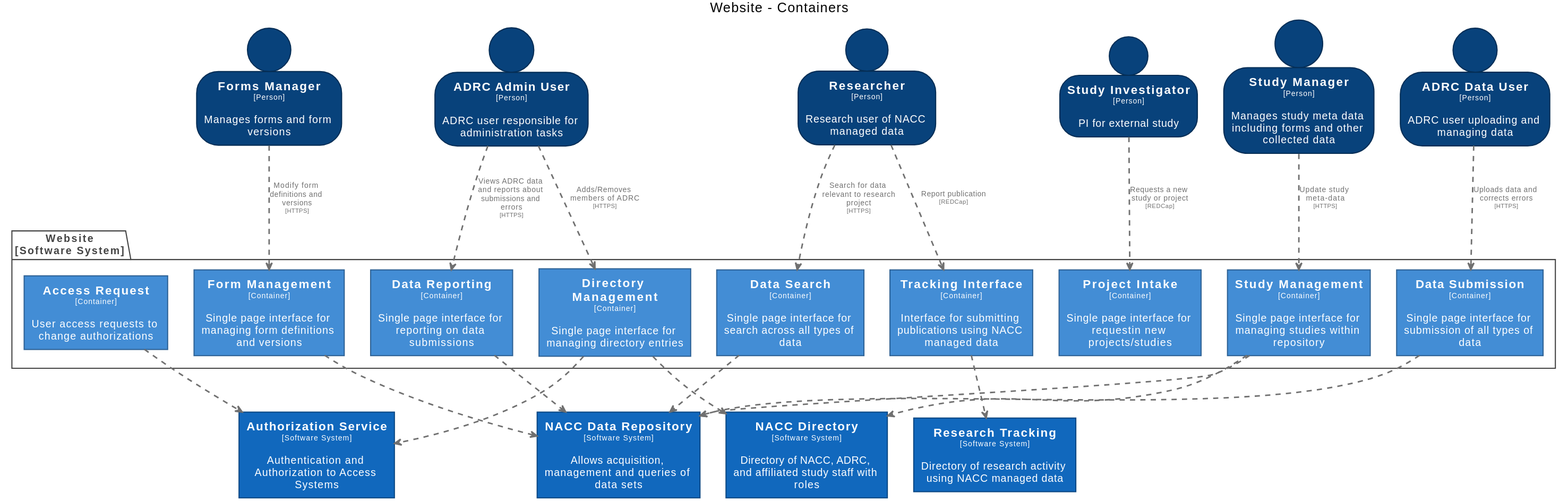
Earlier version of the PlantUML export docs/images/structurizr-WebsiteContainers.svg (naccdata/system-design). Its diagram source:
```plantuml
@startuml
title Website - Containers

top to bottom direction

skinparam {
  shadowing false
  arrowFontSize 10
  defaultTextAlignment center
  wrapWidth 200
  maxMessageSize 100
}

hide stereotype

skinparam person<<ADRCAdminUser>> {
  BackgroundColor #08427b
  FontColor #ffffff
  BorderColor #052e56
}
skinparam person<<ADRCDataUser>> {
  BackgroundColor #08427b
  FontColor #ffffff
  BorderColor #052e56
}
skinparam rectangle<<Website.AccessRequest>> {
  BackgroundColor #438dd5
  FontColor #ffffff
  BorderColor #2e6295
}
skinparam rectangle<<AuthorizationService>> {
  BackgroundColor #1168bd
  FontColor #ffffff
  BorderColor #0b4884
}
skinparam rectangle<<Website.DataReporting>> {
  BackgroundColor #438dd5
  FontColor #ffffff
  BorderColor #2e6295
}
skinparam rectangle<<Website.DataSearch>> {
  BackgroundColor #438dd5
  FontColor #ffffff
  BorderColor #2e6295
}
skinparam rectangle<<Website.DataSubmission>> {
  BackgroundColor #438dd5
  FontColor #ffffff
  BorderColor #2e6295
}
skinparam rectangle<<Website.DirectoryManagement>> {
  BackgroundColor #438dd5
  FontColor #ffffff
  BorderColor #2e6295
}
skinparam rectangle<<Website.FormManagement>> {
  BackgroundColor #438dd5
  FontColor #ffffff
  BorderColor #2e6295
}
skinparam person<<FormsManager>> {
  BackgroundColor #08427b
  FontColor #ffffff
  BorderColor #052e56
}
skinparam rectangle<<NACCDataRepository>> {
  BackgroundColor #1168bd
  FontColor #ffffff
  BorderColor #0b4884
}
skinparam rectangle<<NACCDirectory>> {
  BackgroundColor #1168bd
  FontColor #ffffff
  BorderColor #0b4884
}
skinparam rectangle<<Website.ProjectIntake>> {
  BackgroundColor #438dd5
  FontColor #ffffff
  BorderColor #2e6295
}
skinparam rectangle<<ResearchTracking>> {
  BackgroundColor #1168bd
  FontColor #ffffff
  BorderColor #0b4884
}
skinparam person<<Researcher>> {
  BackgroundColor #08427b
  FontColor #ffffff
  BorderColor #052e56
}
skinparam person<<StudyInvestigator>> {
  BackgroundColor #08427b
  FontColor #ffffff
  BorderColor #052e56
}
skinparam rectangle<<Website.StudyManagement>> {
  BackgroundColor #438dd5
  FontColor #ffffff
  BorderColor #2e6295
}
skinparam person<<StudyManager>> {
  BackgroundColor #08427b
  FontColor #ffffff
  BorderColor #052e56
}
skinparam rectangle<<Website.TrackingInterface>> {
  BackgroundColor #438dd5
  FontColor #ffffff
  BorderColor #2e6295
}

person "==Forms Manager\n<size:10>[Person]</size>\n\nManages forms and form versions" <<FormsManager>> as FormsManager
person "==ADRC Admin User\n<size:10>[Person]</size>\n\nADRC user responsible for administration tasks" <<ADRCAdminUser>> as ADRCAdminUser
rectangle "==NACC Directory\n<size:10>[Software System]</size>\n\nDirectory of NACC, ADRC, and affiliated study staff with roles" <<NACCDirectory>> as NACCDirectory
rectangle "==Research Tracking\n<size:10>[Software System]</size>\n\nDirectory of research activity using NACC managed data" <<ResearchTracking>> as ResearchTracking
rectangle "==Authorization Service\n<size:10>[Software System]</size>\n\nAuthentication and Authorization to Access Systems" <<AuthorizationService>> as AuthorizationService
rectangle "==NACC Data Repository\n<size:10>[Software System]</size>\n\nAllows acquisition, management and queries of data sets" <<NACCDataRepository>> as NACCDataRepository
person "==Researcher\n<size:10>[Person]</size>\n\nResearch user of NACC managed data" <<Researcher>> as Researcher
person "==Study Investigator\n<size:10>[Person]</size>\n\nPI for external study" <<StudyInvestigator>> as StudyInvestigator
person "==Study Manager\n<size:10>[Person]</size>\n\nManages study meta data including forms and other collected data" <<StudyManager>> as StudyManager
person "==ADRC Data User\n<size:10>[Person]</size>\n\nADRC user uploading and managing data" <<ADRCDataUser>> as ADRCDataUser

package "Website\n[Software System]" <<Website>> {
  skinparam PackageBorderColor<<Website>> #444444
  skinparam PackageFontColor<<Website>> #444444

  rectangle "==Access Request\n<size:10>[Container]</size>\n\nUser access requests to change authorizations" <<Website.AccessRequest>> as Website.AccessRequest
  rectangle "==Directory Management\n<size:10>[Container]</size>\n\nSingle page interface for managing directory entries" <<Website.DirectoryManagement>> as Website.DirectoryManagement
  rectangle "==Data Submission\n<size:10>[Container]</size>\n\nSingle page interface for submission of all types of data" <<Website.DataSubmission>> as Website.DataSubmission
  rectangle "==Data Search\n<size:10>[Container]</size>\n\nSingle page interface for search across all types of data" <<Website.DataSearch>> as Website.DataSearch
  rectangle "==Data Reporting\n<size:10>[Container]</size>\n\nSingle page interface for reporting on data submissions" <<Website.DataReporting>> as Website.DataReporting
  rectangle "==Study Management\n<size:10>[Container]</size>\n\nSingle page interface for managing studies within repository" <<Website.StudyManagement>> as Website.StudyManagement
  rectangle "==Form Management\n<size:10>[Container]</size>\n\nSingle page interface for managing form definitions and versions" <<Website.FormManagement>> as Website.FormManagement
  rectangle "==Project Intake\n<size:10>[Container]</size>\n\nSingle page interface for requestin new projects/studies" <<Website.ProjectIntake>> as Website.ProjectIntake
  rectangle "==Tracking Interface\n<size:10>[Container]</size>\n\nInterface for submitting publications using NACC managed data" <<Website.TrackingInterface>> as Website.TrackingInterface
}

Website.AccessRequest .[#707070,thickness=2].> AuthorizationService : "<color:#707070>"
Website.DirectoryManagement .[#707070,thickness=2].> NACCDirectory : "<color:#707070>"
Website.DirectoryManagement .[#707070,thickness=2].> AuthorizationService : "<color:#707070>"
Website.DataSubmission .[#707070,thickness=2].> NACCDataRepository : "<color:#707070>"
Website.DataSearch .[#707070,thickness=2].> NACCDataRepository : "<color:#707070>"
Website.DataReporting .[#707070,thickness=2].> NACCDataRepository : "<color:#707070>"
Website.StudyManagement .[#707070,thickness=2].> NACCDirectory : "<color:#707070>"
Website.StudyManagement .[#707070,thickness=2].> NACCDataRepository : "<color:#707070>"
Website.FormManagement .[#707070,thickness=2].> NACCDataRepository : "<color:#707070>"
Website.TrackingInterface .[#707070,thickness=2].> ResearchTracking : "<color:#707070>"
ADRCDataUser .[#707070,thickness=2].> Website.DataSubmission : "<color:#707070>Uploads data and corrects errors\n<color:#707070><size:8>[HTTPS]</size>"
ADRCAdminUser .[#707070,thickness=2].> Website.DirectoryManagement : "<color:#707070>Adds/Removes members of ADRC\n<color:#707070><size:8>[HTTPS]</size>"
ADRCAdminUser .[#707070,thickness=2].> Website.DataReporting : "<color:#707070>Views ADRC data and reports about submissions and errors\n<color:#707070><size:8>[HTTPS]</size>"
StudyInvestigator .[#707070,thickness=2].> Website.ProjectIntake : "<color:#707070>Requests a new study or project\n<color:#707070><size:8>[REDCap]</size>"
StudyManager .[#707070,thickness=2].> Website.StudyManagement : "<color:#707070>Update study meta-data\n<color:#707070><size:8>[HTTPS]</size>"
FormsManager .[#707070,thickness=2].> Website.FormManagement : "<color:#707070>Modify form definitions and versions\n<color:#707070><size:8>[HTTPS]</size>"
Researcher .[#707070,thickness=2].> Website.DataSearch : "<color:#707070>Search for data relevant to research project\n<color:#707070><size:8>[HTTPS]</size>"
Researcher .[#707070,thickness=2].> Website.TrackingInterface : "<color:#707070>Report publication\n<color:#707070><size:8>[REDCap]</size>"
@enduml
```
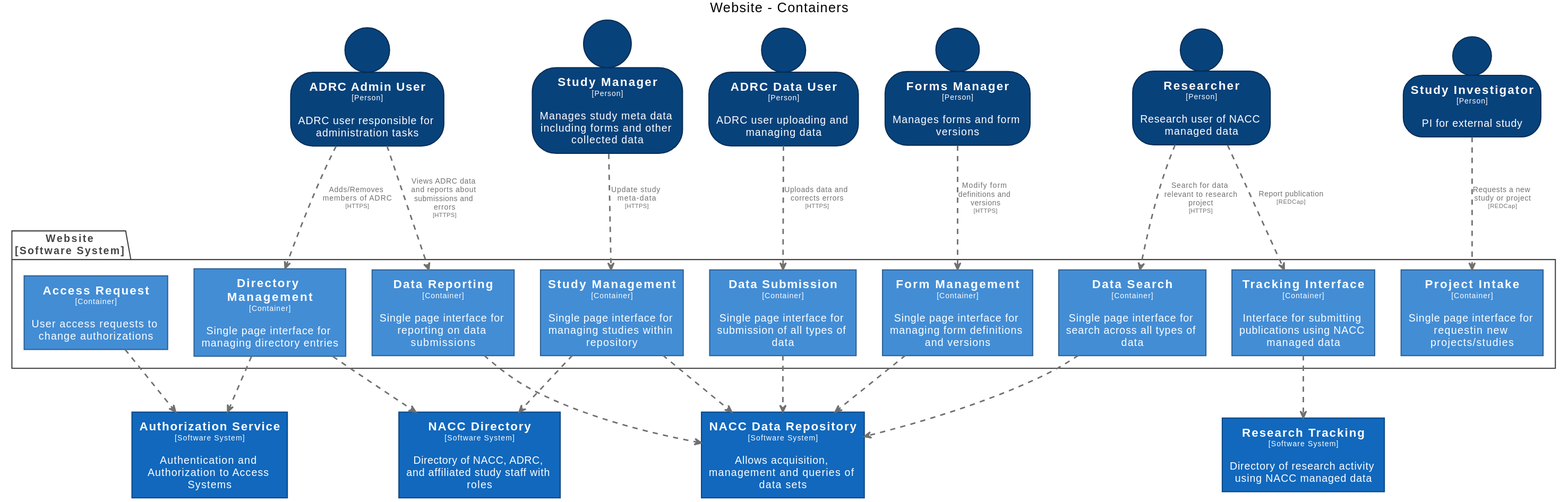
Later version of the same file.

The edit, as a diff of the source:
```diff
@@ -109,16 +109,16 @@
   BorderColor #2e6295
 }
 
+person "==Study Manager\n<size:10>[Person]</size>\n\nManages study meta data including forms and other collected data" <<StudyManager>> as StudyManager
+person "==ADRC Data User\n<size:10>[Person]</size>\n\nADRC user uploading and managing data" <<ADRCDataUser>> as ADRCDataUser
+rectangle "==NACC Directory\n<size:10>[Software System]</size>\n\nDirectory of NACC, ADRC, and affiliated study staff with roles" <<NACCDirectory>> as NACCDirectory
+rectangle "==Authorization Service\n<size:10>[Software System]</size>\n\nAuthentication and Authorization to Access Systems" <<AuthorizationService>> as AuthorizationService
+rectangle "==NACC Data Repository\n<size:10>[Software System]</size>\n\nAllows acquisition, management and queries of data sets" <<NACCDataRepository>> as NACCDataRepository
 person "==Forms Manager\n<size:10>[Person]</size>\n\nManages forms and form versions" <<FormsManager>> as FormsManager
 person "==ADRC Admin User\n<size:10>[Person]</size>\n\nADRC user responsible for administration tasks" <<ADRCAdminUser>> as ADRCAdminUser
-rectangle "==NACC Directory\n<size:10>[Software System]</size>\n\nDirectory of NACC, ADRC, and affiliated study staff with roles" <<NACCDirectory>> as NACCDirectory
+person "==Researcher\n<size:10>[Person]</size>\n\nResearch user of NACC managed data" <<Researcher>> as Researcher
 rectangle "==Research Tracking\n<size:10>[Software System]</size>\n\nDirectory of research activity using NACC managed data" <<ResearchTracking>> as ResearchTracking
-rectangle "==Authorization Service\n<size:10>[Software System]</size>\n\nAuthentication and Authorization to Access Systems" <<AuthorizationService>> as AuthorizationService
-rectangle "==NACC Data Repository\n<size:10>[Software System]</size>\n\nAllows acquisition, management and queries of data sets" <<NACCDataRepository>> as NACCDataRepository
-person "==Researcher\n<size:10>[Person]</size>\n\nResearch user of NACC managed data" <<Researcher>> as Researcher
 person "==Study Investigator\n<size:10>[Person]</size>\n\nPI for external study" <<StudyInvestigator>> as StudyInvestigator
-person "==Study Manager\n<size:10>[Person]</size>\n\nManages study meta data including forms and other collected data" <<StudyManager>> as StudyManager
-person "==ADRC Data User\n<size:10>[Person]</size>\n\nADRC user uploading and managing data" <<ADRCDataUser>> as ADRCDataUser
 
 package "Website\n[Software System]" <<Website>> {
   skinparam PackageBorderColor<<Website>> #444444
```
